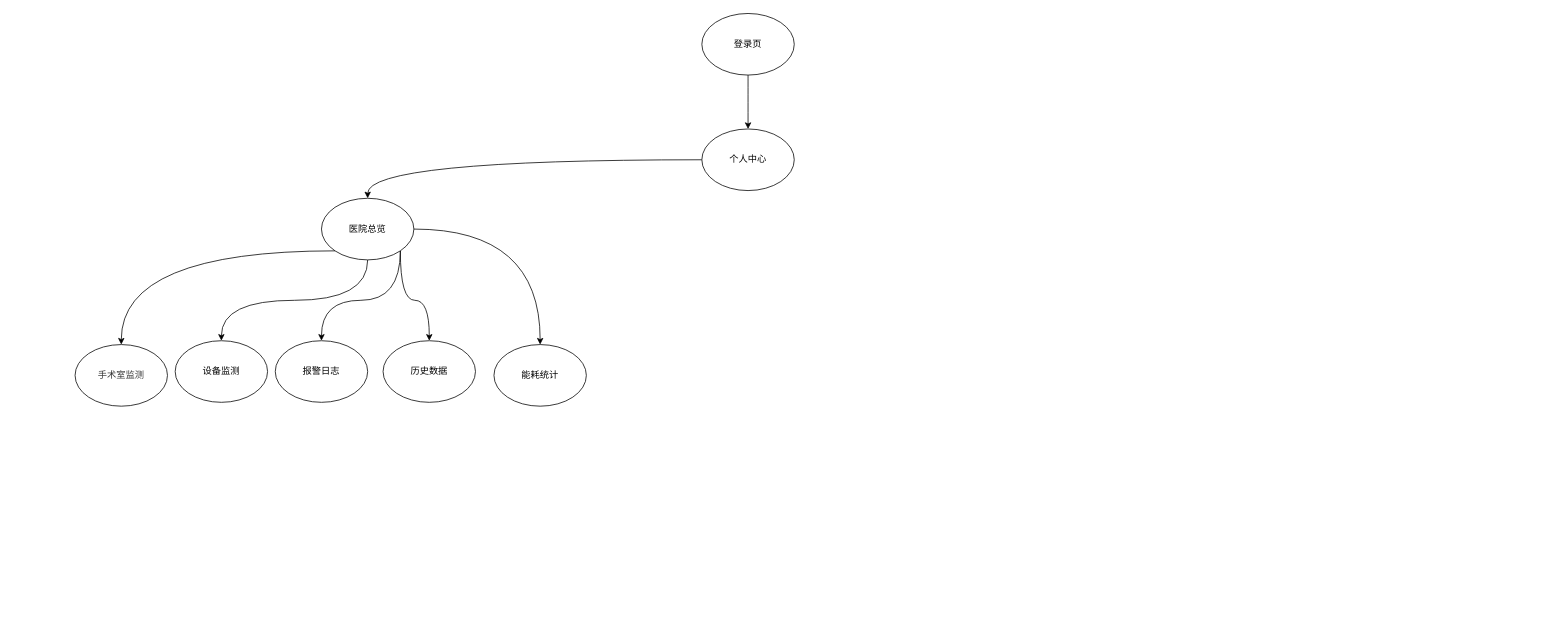
linround/2022 keeps this draw.io diagram as 未命名绘图.drawio. Above is the earlier version. Source tidied: cells renumbered, new cells numbered last; positions are measured from the earlier drawing's top-left corner, leaving out a move shared by most shapes. Both pictures are drawn from the tidied source at 77%, with x=0, y=0 at pixel (75, 13).
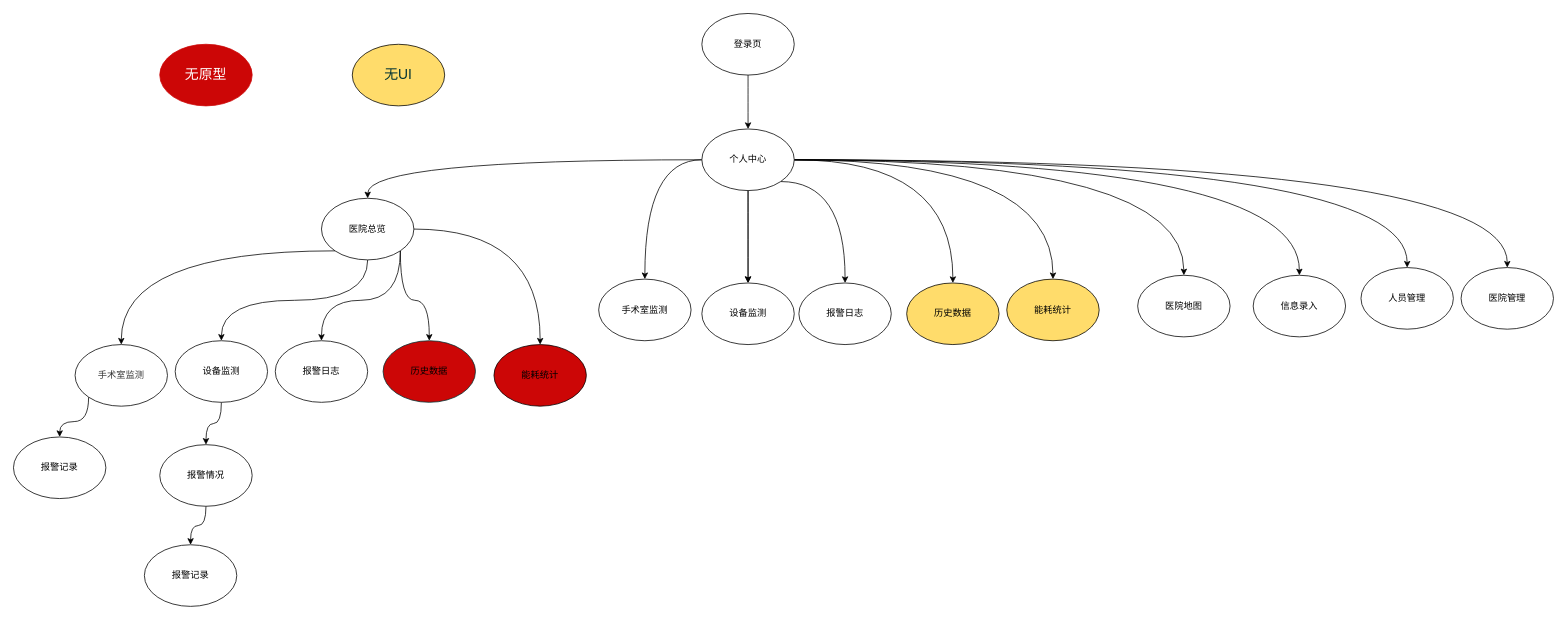
After the change.

Commit message (it also covers changes not shown here):
更新未命名绘图.drawio

The change refers to these unchanged cells:
```xml
<mxCell id="5" value="个人中心" style="ellipse;whiteSpace=wrap;html=1;" parent="1" vertex="1">
  <mxGeometry x="814" y="150" width="120" height="80" as="geometry" />
</mxCell>
<mxCell id="12" value="设备监测" style="ellipse;whiteSpace=wrap;html=1;" parent="1" vertex="1">
  <mxGeometry x="130" y="425" width="120" height="80" as="geometry" />
</mxCell>
<mxCell id="16" value="&lt;span style=&quot;color: rgb(51, 51, 51); font-family: &amp;quot;Arial Normal&amp;quot;, Arial, sans-serif; text-align: left; text-wrap: nowrap;&quot;&gt;手术室监测&lt;/span&gt;" style="ellipse;whiteSpace=wrap;html=1;" parent="1" vertex="1">
  <mxGeometry y="430" width="120" height="80" as="geometry" />
</mxCell>
```

The edit, as a diff of the source:
```diff
@@
+    <mxCell id="17" style="edgeStyle=orthogonalEdgeStyle;curved=1;rounded=0;jettySize=auto;html=1;" parent="1" edge="1" source="5" target="33">
+      <mxGeometry relative="1" as="geometry" />
+    </mxCell>
+    <mxCell id="18" style="edgeStyle=orthogonalEdgeStyle;curved=1;rounded=0;jettySize=auto;html=1;" parent="1" edge="1" source="5" target="34">
+      <mxGeometry relative="1" as="geometry" />
+    </mxCell>
+    <mxCell id="19" style="edgeStyle=orthogonalEdgeStyle;curved=1;rounded=0;jettySize=auto;html=1;" parent="1" edge="1" source="5" target="34">
+      <mxGeometry relative="1" as="geometry" />
+    </mxCell>
+    <mxCell id="20" style="edgeStyle=orthogonalEdgeStyle;curved=1;rounded=0;jettySize=auto;html=1;exitX=1;exitY=1;exitDx=0;exitDy=0;" parent="1" edge="1" source="5" target="35">
+      <mxGeometry relative="1" as="geometry" />
+    </mxCell>
+    <mxCell id="21" style="edgeStyle=orthogonalEdgeStyle;curved=1;rounded=0;jettySize=auto;html=1;exitX=1;exitY=0.5;exitDx=0;exitDy=0;" parent="1" edge="1" source="5" target="36">
+      <mxGeometry relative="1" as="geometry" />
+    </mxCell>
+    <mxCell id="22" style="edgeStyle=orthogonalEdgeStyle;curved=1;rounded=0;jettySize=auto;html=1;exitX=1;exitY=0.5;exitDx=0;exitDy=0;entryX=0.5;entryY=0;entryDx=0;entryDy=0;" parent="1" edge="1" source="5" target="37">
+      <mxGeometry relative="1" as="geometry" />
+    </mxCell>
+    <mxCell id="23" style="edgeStyle=orthogonalEdgeStyle;curved=1;rounded=0;jettySize=auto;html=1;" parent="1" edge="1" source="5" target="38">
+      <mxGeometry relative="1" as="geometry" />
+    </mxCell>
+    <mxCell id="24" style="edgeStyle=orthogonalEdgeStyle;curved=1;rounded=0;jettySize=auto;html=1;" parent="1" edge="1" source="5" target="39">
+      <mxGeometry relative="1" as="geometry" />
+    </mxCell>
+    <mxCell id="25" style="edgeStyle=orthogonalEdgeStyle;curved=1;rounded=0;jettySize=auto;html=1;" parent="1" edge="1" source="5" target="40">
+      <mxGeometry relative="1" as="geometry" />
+    </mxCell>
+    <mxCell id="26" style="edgeStyle=orthogonalEdgeStyle;curved=1;rounded=0;jettySize=auto;html=1;" parent="1" edge="1" source="5" target="41">
+      <mxGeometry relative="1" as="geometry" />
+    </mxCell>
@@
+    <mxCell id="27" style="edgeStyle=orthogonalEdgeStyle;curved=1;rounded=0;jettySize=auto;html=1;" parent="1" edge="1" source="12" target="31">
+      <mxGeometry relative="1" as="geometry" />
+    </mxCell>
@@
-    <mxCell id="14" value="历史数据" style="ellipse;whiteSpace=wrap;html=1;" parent="1" vertex="1">
+    <mxCell id="14" value="历史数据" style="ellipse;whiteSpace=wrap;html=1;fillColor=#CC0606;strokeColor=#003333;" parent="1" vertex="1">
       <mxGeometry x="400" y="425" width="120" height="80" as="geometry" />
     </mxCell>
-    <mxCell id="15" value="能耗统计" style="ellipse;whiteSpace=wrap;html=1;" parent="1" vertex="1">
+    <mxCell id="15" value="能耗统计" style="ellipse;whiteSpace=wrap;html=1;fillColor=#CC0606;" parent="1" vertex="1">
       <mxGeometry x="544" y="430" width="120" height="80" as="geometry" />
     </mxCell>
+    <mxCell id="28" style="edgeStyle=orthogonalEdgeStyle;curved=1;rounded=0;jettySize=auto;html=1;exitX=0;exitY=1;exitDx=0;exitDy=0;" parent="1" edge="1" source="16" target="29">
+      <mxGeometry relative="1" as="geometry" />
+    </mxCell>
@@
+    <mxCell id="29" value="报警记录" style="ellipse;whiteSpace=wrap;html=1;" parent="1" vertex="1">
+      <mxGeometry x="-80" y="550" width="120" height="80" as="geometry" />
+    </mxCell>
+    <mxCell id="30" style="edgeStyle=orthogonalEdgeStyle;curved=1;rounded=0;jettySize=auto;html=1;" parent="1" edge="1" source="31" target="32">
+      <mxGeometry relative="1" as="geometry" />
+    </mxCell>
+    <mxCell id="31" value="报警情况" style="ellipse;whiteSpace=wrap;html=1;" parent="1" vertex="1">
+      <mxGeometry x="110" y="560" width="120" height="80" as="geometry" />
+    </mxCell>
+    <mxCell id="32" value="报警记录" style="ellipse;whiteSpace=wrap;html=1;" parent="1" vertex="1">
+      <mxGeometry x="90" y="690" width="120" height="80" as="geometry" />
+    </mxCell>
+    <mxCell id="33" value="手术室监测" style="ellipse;whiteSpace=wrap;html=1;" parent="1" vertex="1">
+      <mxGeometry x="680" y="345" width="120" height="80" as="geometry" />
+    </mxCell>
+    <mxCell id="34" value="设备监测" style="ellipse;whiteSpace=wrap;html=1;" parent="1" vertex="1">
+      <mxGeometry x="814" y="350" width="120" height="80" as="geometry" />
+    </mxCell>
+    <mxCell id="35" value="报警日志" style="ellipse;whiteSpace=wrap;html=1;" parent="1" vertex="1">
+      <mxGeometry x="940" y="350" width="120" height="80" as="geometry" />
+    </mxCell>
+    <mxCell id="36" value="历史数据" style="ellipse;whiteSpace=wrap;html=1;fillColor=#FFDC6B;" parent="1" vertex="1">
+      <mxGeometry x="1080" y="350" width="120" height="80" as="geometry" />
+    </mxCell>
+    <mxCell id="37" value="能耗统计" style="ellipse;whiteSpace=wrap;html=1;fillColor=#FFDC6B;" parent="1" vertex="1">
+      <mxGeometry x="1210" y="345" width="120" height="80" as="geometry" />
+    </mxCell>
+    <mxCell id="38" value="医院地图" style="ellipse;whiteSpace=wrap;html=1;" parent="1" vertex="1">
+      <mxGeometry x="1380" y="340" width="120" height="80" as="geometry" />
+    </mxCell>
+    <mxCell id="39" value="信息录入" style="ellipse;whiteSpace=wrap;html=1;" parent="1" vertex="1">
+      <mxGeometry x="1530" y="340" width="120" height="80" as="geometry" />
+    </mxCell>
+    <mxCell id="40" value="人员管理" style="ellipse;whiteSpace=wrap;html=1;" parent="1" vertex="1">
+      <mxGeometry x="1670" y="330" width="120" height="80" as="geometry" />
+    </mxCell>
+    <mxCell id="41" value="医院管理" style="ellipse;whiteSpace=wrap;html=1;" parent="1" vertex="1">
+      <mxGeometry x="1800" y="330" width="120" height="80" as="geometry" />
+    </mxCell>
+    <mxCell id="42" value="无原型" style="ellipse;whiteSpace=wrap;html=1;strokeColor=#CC0606;fillColor=#CC0606;fontColor=#FFFFFF;fontSize=18;" parent="1" vertex="1">
+      <mxGeometry x="110" y="40" width="120" height="80" as="geometry" />
+    </mxCell>
+    <mxCell id="43" value="无UI" style="ellipse;whiteSpace=wrap;html=1;fillColor=#FFDC6B;fontColor=#003333;fontSize=18;" parent="1" vertex="1">
+      <mxGeometry x="360" y="40" width="120" height="80" as="geometry" />
+    </mxCell>
```
